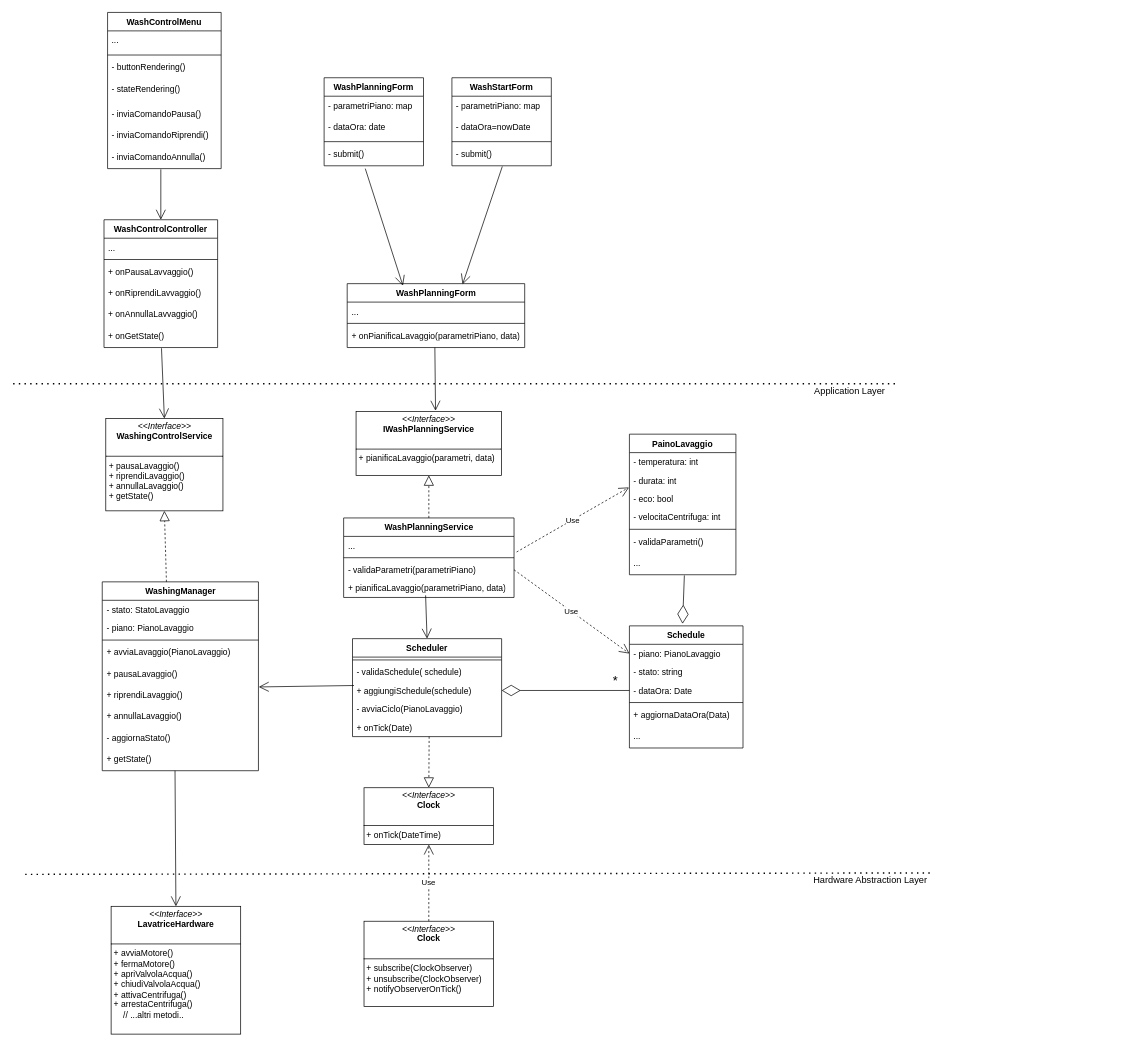
Earlier version of the draw.io diagram content/class.drawio (uni-aca100/ing-proj). Source tidied: cells renumbered, new cells numbered last; positions are measured from the earlier drawing's top-left corner, leaving out a move shared by most shapes. Both pictures are drawn from the tidied source at 71%, with x=0, y=0 at pixel (13, 12).
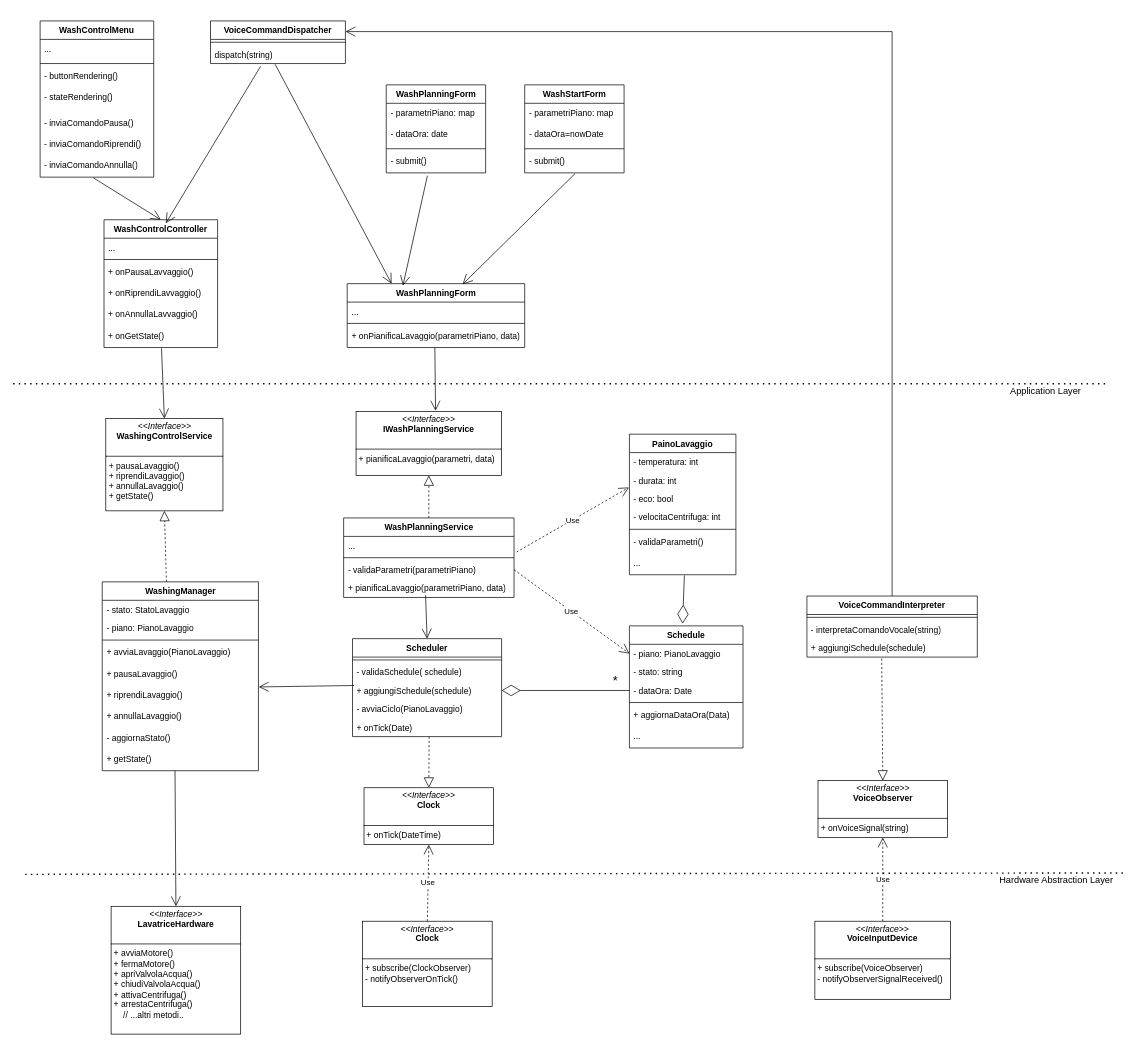
The same page after the edit.

Commit message (it also covers changes not shown here):
add voice command Dia. class

The change refers to these unchanged cells:
```xml
<mxCell id="7" value="WashPlanningForm" style="swimlane;fontStyle=1;align=center;verticalAlign=top;horizontal=1;startSize=26;whiteSpace=wrap;html=1;" parent="1" vertex="1">
  <mxGeometry x="470.5" y="382" width="250" height="90" as="geometry" />
</mxCell>
<mxCell id="16" value="WashControlController" style="swimlane;fontStyle=1;align=center;verticalAlign=top;horizontal=1;startSize=26;whiteSpace=wrap;html=1;" parent="1" vertex="1">
  <mxGeometry x="128" y="292" width="160" height="180" as="geometry" />
</mxCell>
```

Diff of the diagram source:
```diff
@@
     <mxCell id="2" value="WashPlanningForm" style="swimlane;fontStyle=1;align=center;verticalAlign=top;horizontal=1;startSize=26;whiteSpace=wrap;html=1;" parent="1" vertex="1">
-      <mxGeometry x="438" y="92" width="140" height="124" as="geometry" />
+      <mxGeometry x="525.5" y="102" width="140" height="124" as="geometry" />
     </mxCell>
@@
     <mxCell id="11" value="WashStartForm" style="swimlane;fontStyle=1;align=center;verticalAlign=top;horizontal=1;startSize=26;whiteSpace=wrap;html=1;" parent="1" vertex="1">
-      <mxGeometry x="618" y="92" width="140" height="124" as="geometry" />
+      <mxGeometry x="720.5" y="102" width="140" height="124" as="geometry" />
     </mxCell>
@@
     <mxCell id="23" value="WashControlMenu" style="swimlane;fontStyle=1;align=center;verticalAlign=top;horizontal=1;startSize=26;whiteSpace=wrap;html=1;" parent="1" vertex="1">
-      <mxGeometry x="133" width="160" height="220" as="geometry" />
+      <mxGeometry x="38" y="12" width="160" height="220" as="geometry" />
     </mxCell>
@@
     <mxCell id="31" style="endArrow=none;dashed=1;html=1;dashPattern=1 3;strokeWidth=2;rounded=0;fontSize=14;" parent="1" edge="1">
       <mxGeometry relative="1" as="geometry">
         <mxPoint y="523" as="sourcePoint" />
-        <mxPoint x="1245" y="523" as="targetPoint" />
+        <mxPoint x="1538" y="523" as="targetPoint" />
       </mxGeometry>
     </mxCell>
@@
     <mxCell id="79" style="endArrow=none;dashed=1;html=1;dashPattern=1 3;strokeWidth=2;rounded=0;fontSize=14;" parent="1" edge="1">
       <mxGeometry relative="1" as="geometry">
         <mxPoint x="17" y="1214" as="sourcePoint" />
-        <mxPoint x="1291" y="1212" as="targetPoint" />
+        <mxPoint x="1568" y="1212" as="targetPoint" />
       </mxGeometry>
     </mxCell>
@@
-    <mxCell id="89" value="&lt;p style=&quot;margin:0px;margin-top:4px;text-align:center;&quot;&gt;&lt;i&gt;&amp;lt;&amp;lt;Interface&amp;gt;&amp;gt;&lt;/i&gt;&lt;br&gt;&lt;b&gt;Clock&lt;/b&gt;&lt;/p&gt;&lt;p style=&quot;margin:0px;margin-left:4px;&quot;&gt;&lt;br&gt;&lt;/p&gt;&lt;hr size=&quot;1&quot; style=&quot;border-style:solid;&quot;&gt;&lt;p style=&quot;margin:0px;margin-left:4px;&quot;&gt;+ subscribe(ClockObserver)&lt;/p&gt;&lt;p style=&quot;margin:0px;margin-left:4px;&quot;&gt;+ unsubscribe(ClockObserver)&lt;/p&gt;&lt;p style=&quot;margin:0px;margin-left:4px;&quot;&gt;+ notifyObserverOnTick()&lt;/p&gt;&lt;p style=&quot;margin:0px;margin-left:4px;&quot;&gt;&lt;br&gt;&lt;/p&gt;" style="verticalAlign=top;align=left;overflow=fill;html=1;whiteSpace=wrap;" parent="1" vertex="1">
-      <mxGeometry x="494.2" y="1280" width="182.5" height="120" as="geometry" />
+    <mxCell id="89" value="&lt;p style=&quot;margin:0px;margin-top:4px;text-align:center;&quot;&gt;&lt;i&gt;&amp;lt;&amp;lt;Interface&amp;gt;&amp;gt;&lt;/i&gt;&lt;br&gt;&lt;b&gt;Clock&lt;/b&gt;&lt;/p&gt;&lt;p style=&quot;margin:0px;margin-left:4px;&quot;&gt;&lt;br&gt;&lt;/p&gt;&lt;hr size=&quot;1&quot; style=&quot;border-style:solid;&quot;&gt;&lt;p style=&quot;margin:0px;margin-left:4px;&quot;&gt;+ subscribe(ClockObserver)&lt;/p&gt;&lt;p style=&quot;margin:0px;margin-left:4px;&quot;&gt;- notifyObserverOnTick()&lt;/p&gt;&lt;p style=&quot;margin:0px;margin-left:4px;&quot;&gt;&lt;br&gt;&lt;/p&gt;" style="verticalAlign=top;align=left;overflow=fill;html=1;whiteSpace=wrap;" parent="1" vertex="1">
+      <mxGeometry x="492.2" y="1280" width="182.5" height="120" as="geometry" />
     </mxCell>
@@
+    <mxCell id="93" value="&lt;p style=&quot;margin:0px;margin-top:4px;text-align:center;&quot;&gt;&lt;i&gt;&amp;lt;&amp;lt;Interface&amp;gt;&amp;gt;&lt;/i&gt;&lt;br&gt;&lt;b&gt;VoiceInputDevice&lt;/b&gt;&lt;/p&gt;&lt;p style=&quot;margin:0px;margin-left:4px;&quot;&gt;&lt;br&gt;&lt;/p&gt;&lt;hr size=&quot;1&quot; style=&quot;border-style:solid;&quot;&gt;&lt;p style=&quot;margin:0px;margin-left:4px;&quot;&gt;+ subscribe(VoiceObserver)&lt;/p&gt;&lt;p style=&quot;margin:0px;margin-left:4px;&quot;&gt;-&amp;nbsp;notifyObserverSignalReceived()&lt;/p&gt;&lt;p style=&quot;margin:0px;margin-left:4px;&quot;&gt;&lt;br&gt;&lt;/p&gt;" style="verticalAlign=top;align=left;overflow=fill;html=1;whiteSpace=wrap;" parent="1" vertex="1">
+      <mxGeometry x="1129.2" y="1280" width="191.2" height="110" as="geometry" />
+    </mxCell>
+    <mxCell id="94" value="&lt;p style=&quot;margin:0px;margin-top:4px;text-align:center;&quot;&gt;&lt;i&gt;&amp;lt;&amp;lt;Interface&amp;gt;&amp;gt;&lt;/i&gt;&lt;br&gt;&lt;b&gt;VoiceObserver&lt;/b&gt;&lt;/p&gt;&lt;p style=&quot;margin:0px;margin-left:4px;&quot;&gt;&lt;br&gt;&lt;/p&gt;&lt;hr size=&quot;1&quot; style=&quot;border-style:solid;&quot;&gt;&lt;p style=&quot;margin:0px;margin-left:4px;&quot;&gt;+&amp;nbsp;&lt;span style=&quot;background-color: transparent;&quot;&gt;onVoiceSignal(string)&lt;/span&gt;&lt;/p&gt;&lt;p style=&quot;margin:0px;margin-left:4px;&quot;&gt;&lt;br&gt;&lt;/p&gt;" style="verticalAlign=top;align=left;overflow=fill;html=1;whiteSpace=wrap;" parent="1" vertex="1">
+      <mxGeometry x="1133.6" y="1082" width="182.5" height="80" as="geometry" />
+    </mxCell>
+    <mxCell id="95" value="Use" style="endArrow=open;endSize=12;dashed=1;html=1;rounded=0;entryX=0.5;entryY=1;entryDx=0;entryDy=0;exitX=0.5;exitY=0;exitDx=0;exitDy=0;" parent="1" edge="1" source="93" target="94">
+      <mxGeometry relative="1" as="geometry" />
+    </mxCell>
+    <mxCell id="96" value="VoiceCommandInterpreter" style="swimlane;fontStyle=1;align=center;verticalAlign=top;horizontal=1;startSize=26;whiteSpace=wrap;html=1;" parent="1" vertex="1">
+      <mxGeometry x="1118" y="822" width="240" height="86" as="geometry" />
+    </mxCell>
+    <mxCell id="97" style="line;strokeWidth=1;fillColor=none;align=left;verticalAlign=middle;spacingTop=-1;spacingLeft=3;spacingRight=3;labelPosition=right;strokeColor=inherit;" parent="96" vertex="1">
+      <mxGeometry y="26" width="240" height="8" as="geometry" />
+    </mxCell>
+    <mxCell id="98" value="- interpretaComandoVocale(string)" style="text;strokeColor=none;fillColor=none;align=left;verticalAlign=top;spacingLeft=4;spacingRight=4;overflow=hidden;whiteSpace=wrap;html=1;" parent="96" vertex="1">
+      <mxGeometry y="34" width="240" height="26" as="geometry" />
+    </mxCell>
+    <mxCell id="99" value="+ aggiungiSchedule(schedule)" style="text;strokeColor=none;fillColor=none;align=left;verticalAlign=top;spacingLeft=4;spacingRight=4;overflow=hidden;points=[[0,0.5],[1,0.5]];portConstraint=eastwest;whiteSpace=wrap;html=1;" parent="96" vertex="1">
+      <mxGeometry y="60" width="240" height="26" as="geometry" />
+    </mxCell>
+    <mxCell id="100" style="endArrow=block;dashed=1;endFill=0;endSize=12;html=1;rounded=0;exitX=0.439;exitY=1.077;exitDx=0;exitDy=0;entryX=0.5;entryY=0;entryDx=0;entryDy=0;exitPerimeter=0;" parent="1" edge="1" source="99" target="94">
+      <mxGeometry relative="1" as="geometry" />
+    </mxCell>
+    <mxCell id="101" value="VoiceCommandDispatcher" style="swimlane;fontStyle=1;align=center;verticalAlign=top;horizontal=1;startSize=26;whiteSpace=wrap;html=1;" parent="1" vertex="1">
+      <mxGeometry x="278" y="12" width="190" height="60" as="geometry" />
+    </mxCell>
+    <mxCell id="102" style="line;strokeWidth=1;fillColor=none;align=left;verticalAlign=middle;spacingTop=-1;spacingLeft=3;spacingRight=3;labelPosition=right;strokeColor=inherit;" parent="101" vertex="1">
+      <mxGeometry y="26" width="190" height="8" as="geometry" />
+    </mxCell>
+    <mxCell id="103" value="dispatch(string)" style="text;strokeColor=none;fillColor=none;align=left;verticalAlign=top;spacingLeft=4;spacingRight=4;overflow=hidden;points=[[0,0.5],[1,0.5]];portConstraint=eastwest;whiteSpace=wrap;html=1;" parent="101" vertex="1">
+      <mxGeometry y="34" width="190" height="26" as="geometry" />
+    </mxCell>
+    <mxCell id="104" style="endArrow=open;endFill=1;endSize=12;html=1;rounded=0;entryX=1;entryY=0.25;entryDx=0;entryDy=0;exitX=0.5;exitY=0;exitDx=0;exitDy=0;edgeStyle=orthogonalEdgeStyle;" parent="1" edge="1" source="96" target="101">
+      <mxGeometry relative="1" as="geometry" />
+    </mxCell>
+    <mxCell id="105" style="endArrow=open;endFill=1;endSize=12;html=1;rounded=0;entryX=0.544;entryY=0.028;entryDx=0;entryDy=0;entryPerimeter=0;exitX=0.371;exitY=1.154;exitDx=0;exitDy=0;exitPerimeter=0;" parent="1" edge="1" source="103" target="16">
+      <mxGeometry relative="1" as="geometry" />
+    </mxCell>
+    <mxCell id="106" style="endArrow=open;endFill=1;endSize=12;html=1;rounded=0;entryX=0.25;entryY=0;entryDx=0;entryDy=0;exitX=0.479;exitY=1.038;exitDx=0;exitDy=0;exitPerimeter=0;" parent="1" edge="1" source="103" target="7">
+      <mxGeometry relative="1" as="geometry" />
+    </mxCell>
```
